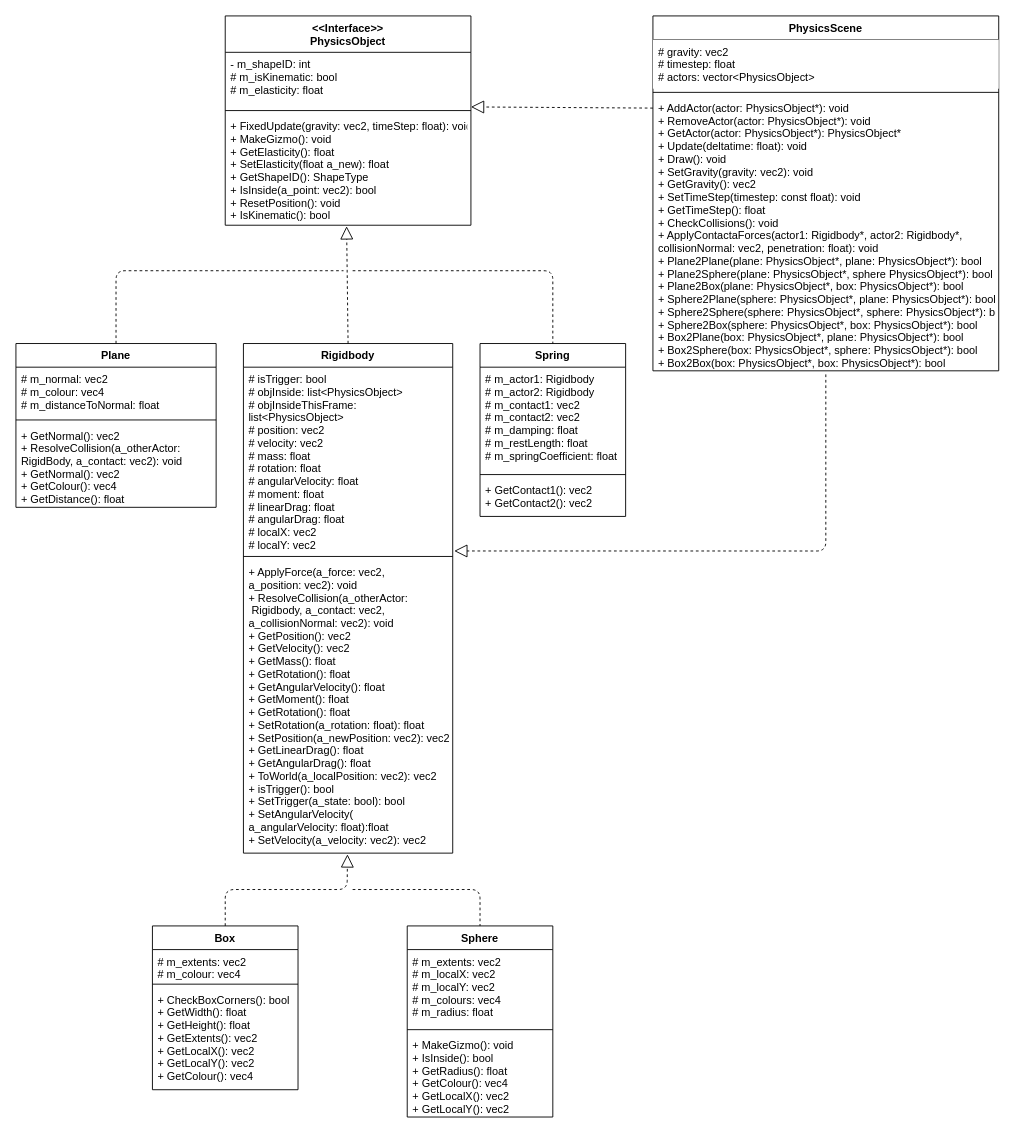
Before: Untitled Diagram.drawio in XYFrenzies/PhysicsProject, a draw.io diagram. Source tidied: cells renumbered, new cells numbered last; positions are measured from the earlier drawing's top-left corner, leaving out a move shared by most shapes. Both pictures are drawn from the tidied source at 91%, with x=0, y=0 at pixel (15, 15).
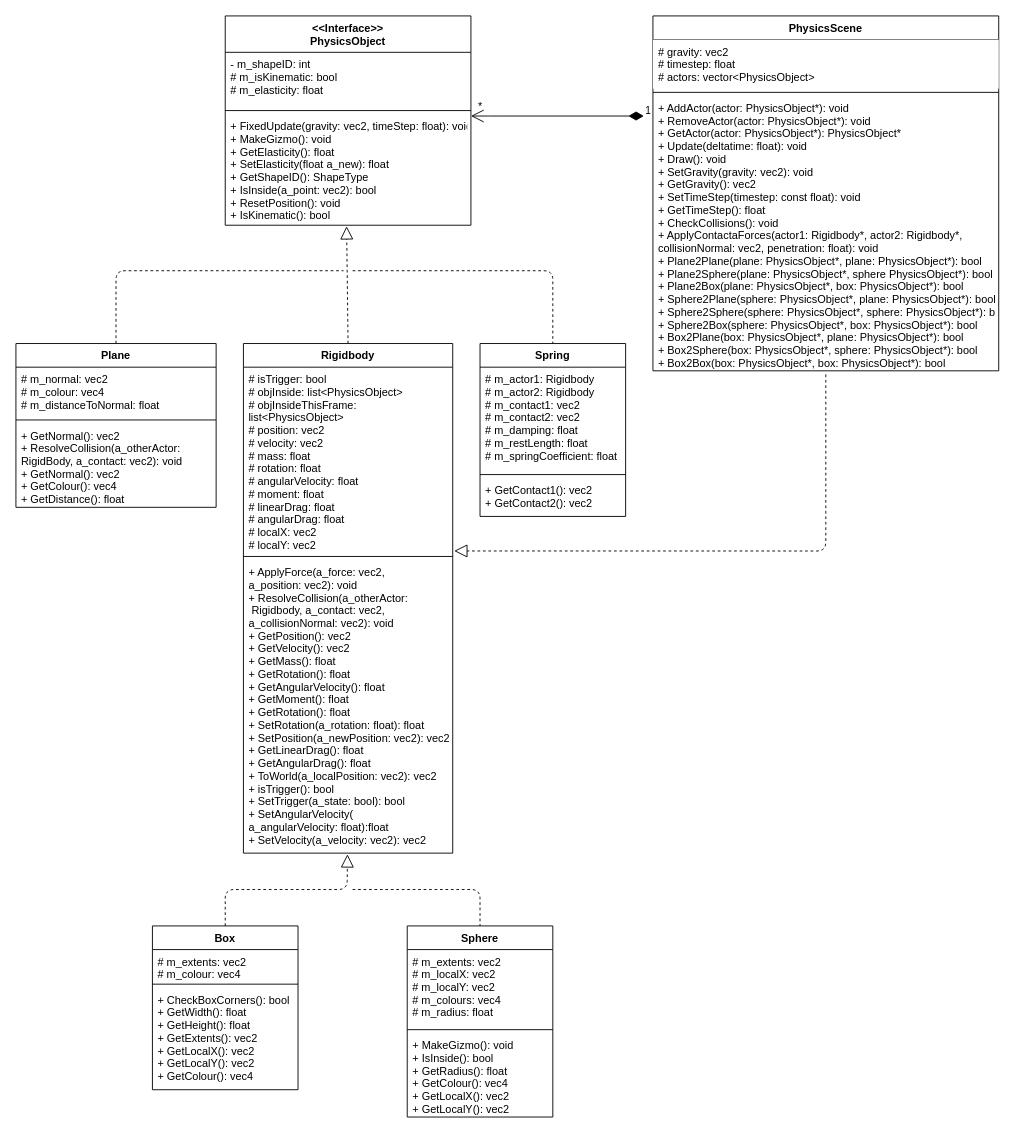
The same diagram, later.

Commit message:
I have added a connection between the scene and the physicsobject

The change refers to these unchanged cells:
```xml
<mxCell id="3" value="- m_shapeID: int&#10;# m_isKinematic: bool&#10;# m_elasticity: float" style="text;strokeColor=none;fillColor=none;align=left;verticalAlign=top;spacingLeft=4;spacingRight=4;overflow=hidden;points=[[0,0.5],[1,0.5]];portConstraint=eastwest;" parent="2" vertex="1">
  <mxGeometry y="40" width="270" height="60" as="geometry" />
</mxCell>
<mxCell id="34" value="+ AddActor(actor: PhysicsObject*): void&#10;+ RemoveActor(actor: PhysicsObject*): void&#10;+ GetActor(actor: PhysicsObject*): PhysicsObject*&#10;+ Update(deltatime: float): void&#10;+ Draw(): void&#10;+ SetGravity(gravity: vec2): void&#10;+ GetGravity(): vec2&#10;+ SetTimeStep(timestep: const float): void&#10;+ GetTimeStep(): float&#10;+ CheckCollisions(): void&#10;+ ApplyContactaForces(actor1: Rigidbody*, actor2: Rigidbody*,&#10;collisionNormal: vec2, penetration: float): void&#10;+ Plane2Plane(plane: PhysicsObject*, plane: PhysicsObject*): bool&#10;+ Plane2Sphere(plane: PhysicsObject*, sphere PhysicsObject*): bool&#10;+ Plane2Box(plane: PhysicsObject*, box: PhysicsObject*): bool&#10;+ Sphere2Plane(sphere: PhysicsObject*, plane: PhysicsObject*): bool&#10;+ Sphere2Sphere(sphere: PhysicsObject*, sphere: PhysicsObject*): bool&#10;+ Sphere2Box(sphere: PhysicsObject*, box: PhysicsObject*): bool&#10;+ Box2Plane(box: PhysicsObject*, plane: PhysicsObject*): bool&#10;+ Box2Sphere(box: PhysicsObject*, sphere: PhysicsObject*): bool&#10;+ Box2Box(box: PhysicsObject*, box: PhysicsObject*): bool&#10;" style="text;strokeColor=none;fillColor=none;align=left;verticalAlign=top;spacingLeft=4;spacingRight=4;overflow=hidden;points=[[0,0.5],[1,0.5]];portConstraint=eastwest;" parent="31" vertex="1">
  <mxGeometry y="88" width="380" height="302" as="geometry" />
</mxCell>
```

What changed in the source:
```diff
@@
-    <mxCell id="36" style="endArrow=block;dashed=1;endFill=0;endSize=12;html=1;entryX=1;entryY=1;entryDx=0;entryDy=0;entryPerimeter=0;exitX=0;exitY=0.044;exitDx=0;exitDy=0;exitPerimeter=0;" parent="1" edge="1" source="34" target="3">
-      <mxGeometry relative="1" as="geometry" />
-    </mxCell>
+    <mxCell id="37" value="1" style="endArrow=open;html=1;endSize=12;startArrow=diamondThin;startSize=14;startFill=1;edgeStyle=orthogonalEdgeStyle;align=left;verticalAlign=bottom;" parent="1" edge="1">
+      <mxGeometry x="-1" y="3" relative="1" as="geometry">
+        <mxPoint x="690" y="110" as="sourcePoint" />
+        <mxPoint x="500" y="110" as="targetPoint" />
+        <Array as="points">
+          <mxPoint x="520" y="110" />
+        </Array>
+      </mxGeometry>
+    </mxCell>
+    <mxCell id="38" value="*" style="text;html=1;align=center;verticalAlign=middle;" parent="1" vertex="1">
+      <mxGeometry x="500" y="90" width="20" height="20" as="geometry" />
+    </mxCell>
```
